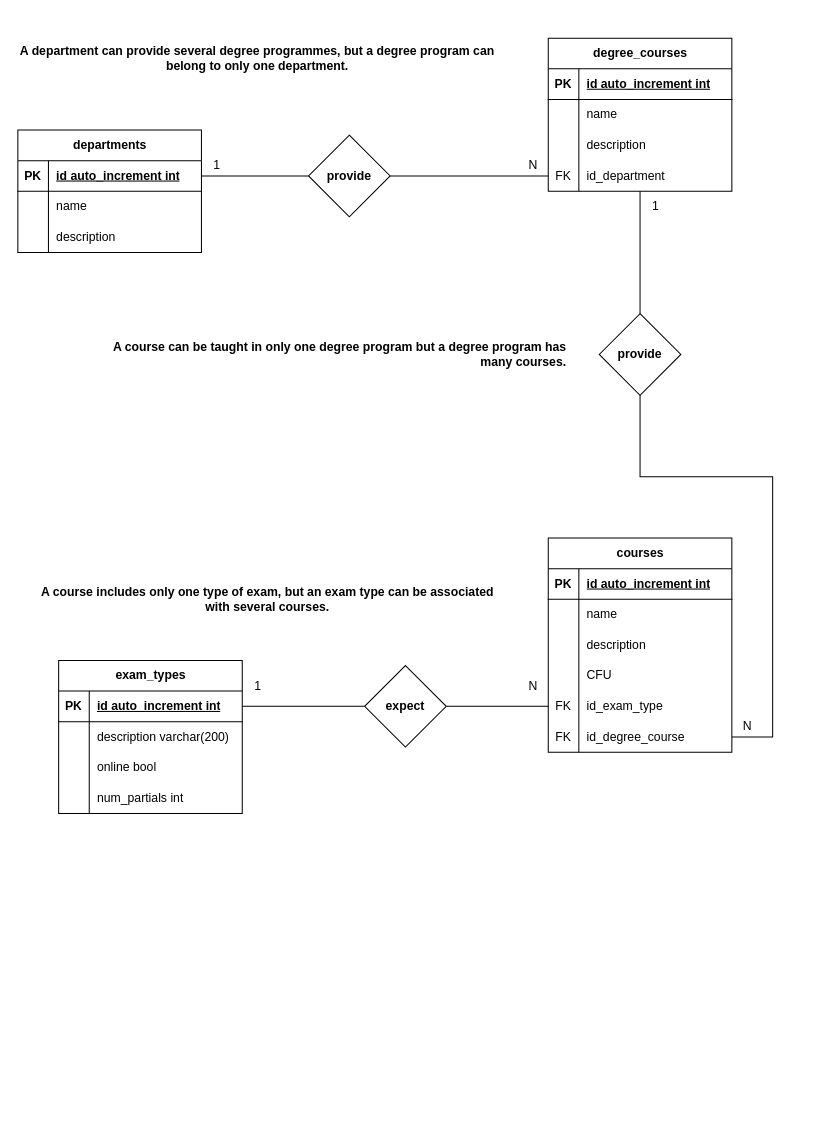
The draw.io diagram db_university.drawio in totarochristian/db-university, before the edit. Source tidied: cells renumbered, new cells numbered last; positions are measured from the earlier drawing's top-left corner, leaving out a move shared by most shapes. Both pictures are drawn from the tidied source at 102%, with x=0, y=0 at pixel (17, 17).
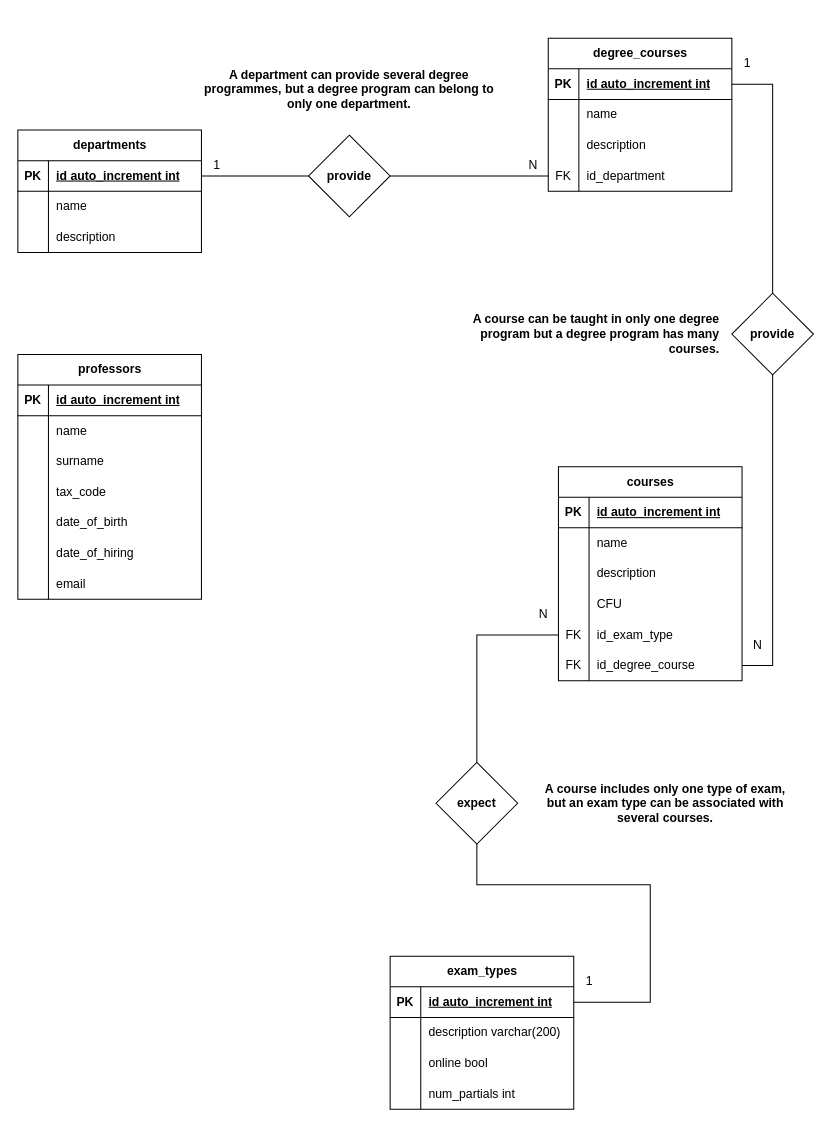
After the change.

Commit message:
Re-positioning of elements + add basic professors table

Unchanged cells that the change refers to:
```xml
<mxCell id="14" style="shape=tableRow;horizontal=0;startSize=0;swimlaneHead=0;swimlaneBody=0;fillColor=none;points=[[0,0.5],[1,0.5]];portConstraint=eastwest;top=0;left=0;right=0;bottom=1;" parent="13" vertex="1">
  <mxGeometry y="30" width="180" height="30" as="geometry" />
</mxCell>
<mxCell id="23" style="shape=tableRow;horizontal=0;startSize=0;swimlaneHead=0;swimlaneBody=0;fillColor=none;points=[[0,0.5],[1,0.5]];portConstraint=eastwest;top=0;left=0;right=0;bottom=0;" parent="13" vertex="1">
  <mxGeometry y="120" width="180" height="30" as="geometry" />
</mxCell>
<mxCell id="43" style="shape=tableRow;horizontal=0;startSize=0;swimlaneHead=0;swimlaneBody=0;fillColor=none;points=[[0,0.5],[1,0.5]];portConstraint=eastwest;top=0;left=0;right=0;bottom=0;" parent="30" vertex="1">
  <mxGeometry y="150" width="180" height="30" as="geometry" />
</mxCell>
<mxCell id="46" style="shape=tableRow;horizontal=0;startSize=0;swimlaneHead=0;swimlaneBody=0;fillColor=none;points=[[0,0.5],[1,0.5]];portConstraint=eastwest;top=0;left=0;right=0;bottom=0;" parent="30" vertex="1">
  <mxGeometry y="180" width="180" height="30" as="geometry" />
</mxCell>
<mxCell id="50" style="shape=tableRow;horizontal=0;startSize=0;swimlaneHead=0;swimlaneBody=0;fillColor=none;points=[[0,0.5],[1,0.5]];portConstraint=eastwest;top=0;left=0;right=0;bottom=1;" parent="49" vertex="1">
  <mxGeometry y="30" width="180" height="30" as="geometry" />
</mxCell>
```

Change to the diagram source:
```diff
@@
     <mxCell id="30" value="courses" style="shape=table;startSize=30;childLayout=tableLayout;rowLines=0;fontStyle=1;align=center;html=1;" parent="1" vertex="1">
-      <mxGeometry x="520" y="510" width="180" height="210" as="geometry" />
+      <mxGeometry x="530" y="440" width="180" height="210" as="geometry" />
     </mxCell>
@@
     <mxCell id="49" value="exam_types" style="shape=table;startSize=30;childLayout=tableLayout;rowLines=0;fontStyle=1;align=center;html=1;" parent="1" vertex="1">
-      <mxGeometry x="40" y="630" width="180" height="150" as="geometry" />
+      <mxGeometry x="365" y="920" width="180" height="150" as="geometry" />
     </mxCell>
@@
     <mxCell id="62" value="expect" style="rhombus;whiteSpace=wrap;html=1;startSize=30;fontStyle=1;" parent="1" vertex="1">
-      <mxGeometry x="340" y="635" width="80" height="80" as="geometry" />
+      <mxGeometry x="410" y="730" width="80" height="80" as="geometry" />
     </mxCell>
-    <mxCell id="63" style="rounded=0;jettySize=auto;html=1;entryX=1;entryY=0.5;entryDx=0;entryDy=0;endArrow=none;endFill=0;exitX=0;exitY=0.5;exitDx=0;exitDy=0;" parent="1" edge="1" source="62" target="50">
-      <mxGeometry relative="1" as="geometry" />
+    <mxCell id="63" style="rounded=0;jettySize=auto;html=1;entryX=1;entryY=0.5;entryDx=0;entryDy=0;endArrow=none;endFill=0;exitX=0.5;exitY=1;exitDx=0;exitDy=0;" parent="1" edge="1" source="62" target="50">
+      <mxGeometry relative="1" as="geometry">
+        <Array as="points">
+          <mxPoint x="450" y="850" />
+          <mxPoint x="620" y="850" />
+          <mxPoint x="620" y="965" />
+        </Array>
+      </mxGeometry>
     </mxCell>
-    <mxCell id="64" style="rounded=0;jettySize=auto;html=1;endArrow=none;endFill=0;exitX=1;exitY=0.5;exitDx=0;exitDy=0;entryX=0;entryY=0.5;entryDx=0;entryDy=0;" parent="1" edge="1" source="62" target="43">
-      <mxGeometry relative="1" as="geometry" />
+    <mxCell id="64" style="rounded=0;jettySize=auto;html=1;endArrow=none;endFill=0;exitX=0.5;exitY=0;exitDx=0;exitDy=0;entryX=0;entryY=0.5;entryDx=0;entryDy=0;" parent="1" edge="1" source="62" target="43">
+      <mxGeometry relative="1" as="geometry">
+        <Array as="points">
+          <mxPoint x="450" y="605" />
+        </Array>
+      </mxGeometry>
     </mxCell>
     <mxCell id="65" value="N" style="text;html=1;align=center;verticalAlign=middle;strokeColor=none;fillColor=none;" parent="1" vertex="1">
-      <mxGeometry x="490" y="640" width="30" height="30" as="geometry" />
+      <mxGeometry x="500" y="570" width="30" height="30" as="geometry" />
     </mxCell>
     <mxCell id="66" value="1" style="text;html=1;align=center;verticalAlign=middle;strokeColor=none;fillColor=none;" parent="1" vertex="1">
-      <mxGeometry x="220" y="640" width="30" height="30" as="geometry" />
+      <mxGeometry x="545" y="930" width="30" height="30" as="geometry" />
     </mxCell>
     <mxCell id="67" value="provide" style="rhombus;whiteSpace=wrap;html=1;startSize=30;fontStyle=1;" parent="1" vertex="1">
-      <mxGeometry x="570" y="290" width="80" height="80" as="geometry" />
+      <mxGeometry x="700" y="270" width="80" height="80" as="geometry" />
     </mxCell>
-    <mxCell id="68" style="rounded=0;jettySize=auto;html=1;endArrow=none;endFill=0;exitX=0.5;exitY=0;exitDx=0;exitDy=0;" parent="1" edge="1" source="67" target="23">
-      <mxGeometry relative="1" as="geometry" />
+    <mxCell id="68" style="rounded=0;jettySize=auto;html=1;endArrow=none;endFill=0;exitX=0.5;exitY=0;exitDx=0;exitDy=0;entryX=1;entryY=0.5;entryDx=0;entryDy=0;" parent="1" edge="1" source="67" target="14">
+      <mxGeometry relative="1" as="geometry">
+        <Array as="points">
+          <mxPoint x="740" y="190" />
+          <mxPoint x="740" y="65" />
+        </Array>
+      </mxGeometry>
     </mxCell>
     <mxCell id="69" style="rounded=0;jettySize=auto;html=1;endArrow=none;endFill=0;exitX=0.5;exitY=1;exitDx=0;exitDy=0;entryX=1;entryY=0.5;entryDx=0;entryDy=0;" parent="1" edge="1" source="67" target="46">
       <mxGeometry relative="1" as="geometry">
         <Array as="points">
-          <mxPoint x="610" y="450" />
           <mxPoint x="740" y="450" />
           <mxPoint x="740" y="580" />
-          <mxPoint x="740" y="705" />
+          <mxPoint x="740" y="635" />
         </Array>
       </mxGeometry>
     </mxCell>
     <mxCell id="70" value="1" style="text;html=1;align=center;verticalAlign=middle;strokeColor=none;fillColor=none;" parent="1" vertex="1">
-      <mxGeometry x="610" y="170" width="30" height="30" as="geometry" />
+      <mxGeometry x="700" y="30" width="30" height="30" as="geometry" />
     </mxCell>
     <mxCell id="71" value="N" style="text;html=1;align=center;verticalAlign=middle;strokeColor=none;fillColor=none;" parent="1" vertex="1">
-      <mxGeometry x="700" y="680" width="30" height="30" as="geometry" />
+      <mxGeometry x="710" y="600" width="30" height="30" as="geometry" />
     </mxCell>
     <mxCell id="72" value="A department can provide several degree programmes, but a degree program can belong to only one department." style="text;html=1;strokeColor=none;fillColor=none;align=center;verticalAlign=middle;whiteSpace=wrap;rounded=0;fontStyle=1;" parent="1" vertex="1">
-      <mxGeometry width="470" height="80" as="geometry" />
+      <mxGeometry x="175" y="30" width="300" height="80" as="geometry" />
     </mxCell>
     <mxCell id="73" value="A course includes only one type of exam, but an exam type can be associated with several courses." style="text;html=1;strokeColor=none;fillColor=none;align=center;verticalAlign=middle;whiteSpace=wrap;rounded=0;fontStyle=1;" parent="1" vertex="1">
-      <mxGeometry x="10" y="530" width="470" height="80" as="geometry" />
+      <mxGeometry x="510" y="730" width="250" height="80" as="geometry" />
     </mxCell>
     <mxCell id="74" value="A course can be taught in only one degree program but a degree program has many courses." style="text;html=1;strokeColor=none;fillColor=none;align=right;verticalAlign=middle;whiteSpace=wrap;rounded=0;fontStyle=1;" parent="1" vertex="1">
-      <mxGeometry x="70" y="290" width="470" height="80" as="geometry" />
+      <mxGeometry x="440" y="270" width="250" height="80" as="geometry" />
     </mxCell>
+    <mxCell id="75" value="professors" style="shape=table;startSize=30;childLayout=tableLayout;rowLines=0;fontStyle=1;align=center;html=1;" parent="1" vertex="1">
+      <mxGeometry y="330" width="180" height="240" as="geometry" />
+    </mxCell>
+    <mxCell id="76" style="shape=tableRow;horizontal=0;startSize=0;swimlaneHead=0;swimlaneBody=0;fillColor=none;top=0;left=0;right=0;bottom=1;" parent="75" vertex="1">
+      <mxGeometry y="30" width="180" height="30" as="geometry" />
+    </mxCell>
+    <mxCell id="77" value="PK" style="shape=partialRectangle;fillColor=none;top=0;left=0;bottom=0;right=0;fontStyle=1;overflow=hidden;whiteSpace=wrap;html=1;" parent="76" vertex="1">
+      <mxGeometry width="30" height="30" as="geometry" />
+    </mxCell>
+    <mxCell id="78" value="id auto_increment int" style="shape=partialRectangle;fillColor=none;top=0;left=0;bottom=0;right=0;align=left;spacingLeft=6;fontStyle=5;overflow=hidden;whiteSpace=wrap;html=1;" parent="76" vertex="1">
+      <mxGeometry x="30" width="150" height="30" as="geometry" />
+    </mxCell>
+    <mxCell id="79" style="shape=tableRow;horizontal=0;startSize=0;swimlaneHead=0;swimlaneBody=0;fillColor=none;top=0;left=0;right=0;bottom=0;" parent="75" vertex="1">
+      <mxGeometry y="60" width="180" height="30" as="geometry" />
+    </mxCell>
+    <mxCell id="80" style="shape=partialRectangle;fillColor=none;top=0;left=0;bottom=0;right=0;overflow=hidden;whiteSpace=wrap;html=1;" parent="79" vertex="1">
+      <mxGeometry width="30" height="30" as="geometry" />
+    </mxCell>
+    <mxCell id="81" value="name" style="shape=partialRectangle;fillColor=none;top=0;left=0;bottom=0;right=0;align=left;spacingLeft=6;overflow=hidden;whiteSpace=wrap;html=1;" parent="79" vertex="1">
+      <mxGeometry x="30" width="150" height="30" as="geometry" />
+    </mxCell>
+    <mxCell id="82" style="shape=tableRow;horizontal=0;startSize=0;swimlaneHead=0;swimlaneBody=0;fillColor=none;top=0;left=0;right=0;bottom=0;" parent="75" vertex="1">
+      <mxGeometry y="90" width="180" height="30" as="geometry" />
+    </mxCell>
+    <mxCell id="83" style="shape=partialRectangle;fillColor=none;top=0;left=0;bottom=0;right=0;overflow=hidden;whiteSpace=wrap;html=1;" parent="82" vertex="1">
+      <mxGeometry width="30" height="30" as="geometry" />
+    </mxCell>
+    <mxCell id="84" value="surname" style="shape=partialRectangle;fillColor=none;top=0;left=0;bottom=0;right=0;align=left;spacingLeft=6;overflow=hidden;whiteSpace=wrap;html=1;" parent="82" vertex="1">
+      <mxGeometry x="30" width="150" height="30" as="geometry" />
+    </mxCell>
+    <mxCell id="85" style="shape=tableRow;horizontal=0;startSize=0;swimlaneHead=0;swimlaneBody=0;fillColor=none;top=0;left=0;right=0;bottom=0;" parent="75" vertex="1">
+      <mxGeometry y="120" width="180" height="30" as="geometry" />
+    </mxCell>
+    <mxCell id="86" style="shape=partialRectangle;fillColor=none;top=0;left=0;bottom=0;right=0;overflow=hidden;whiteSpace=wrap;html=1;" parent="85" vertex="1">
+      <mxGeometry width="30" height="30" as="geometry" />
+    </mxCell>
+    <mxCell id="87" value="tax_code" style="shape=partialRectangle;fillColor=none;top=0;left=0;bottom=0;right=0;align=left;spacingLeft=6;overflow=hidden;whiteSpace=wrap;html=1;" parent="85" vertex="1">
+      <mxGeometry x="30" width="150" height="30" as="geometry" />
+    </mxCell>
+    <mxCell id="88" style="shape=tableRow;horizontal=0;startSize=0;swimlaneHead=0;swimlaneBody=0;fillColor=none;top=0;left=0;right=0;bottom=0;" parent="75" vertex="1">
+      <mxGeometry y="150" width="180" height="30" as="geometry" />
+    </mxCell>
+    <mxCell id="89" style="shape=partialRectangle;fillColor=none;top=0;left=0;bottom=0;right=0;overflow=hidden;whiteSpace=wrap;html=1;" parent="88" vertex="1">
+      <mxGeometry width="30" height="30" as="geometry" />
+    </mxCell>
+    <mxCell id="90" value="date_of_birth" style="shape=partialRectangle;fillColor=none;top=0;left=0;bottom=0;right=0;align=left;spacingLeft=6;overflow=hidden;whiteSpace=wrap;html=1;" parent="88" vertex="1">
+      <mxGeometry x="30" width="150" height="30" as="geometry" />
+    </mxCell>
+    <mxCell id="91" style="shape=tableRow;horizontal=0;startSize=0;swimlaneHead=0;swimlaneBody=0;fillColor=none;top=0;left=0;right=0;bottom=0;" parent="75" vertex="1">
+      <mxGeometry y="180" width="180" height="30" as="geometry" />
+    </mxCell>
+    <mxCell id="92" style="shape=partialRectangle;fillColor=none;top=0;left=0;bottom=0;right=0;overflow=hidden;whiteSpace=wrap;html=1;" parent="91" vertex="1">
+      <mxGeometry width="30" height="30" as="geometry" />
+    </mxCell>
+    <mxCell id="93" value="date_of_hiring" style="shape=partialRectangle;fillColor=none;top=0;left=0;bottom=0;right=0;align=left;spacingLeft=6;overflow=hidden;whiteSpace=wrap;html=1;" parent="91" vertex="1">
+      <mxGeometry x="30" width="150" height="30" as="geometry" />
+    </mxCell>
+    <mxCell id="94" style="shape=tableRow;horizontal=0;startSize=0;swimlaneHead=0;swimlaneBody=0;fillColor=none;top=0;left=0;right=0;bottom=0;" parent="75" vertex="1">
+      <mxGeometry y="210" width="180" height="30" as="geometry" />
+    </mxCell>
+    <mxCell id="95" style="shape=partialRectangle;fillColor=none;top=0;left=0;bottom=0;right=0;overflow=hidden;whiteSpace=wrap;html=1;" parent="94" vertex="1">
+      <mxGeometry width="30" height="30" as="geometry" />
+    </mxCell>
+    <mxCell id="96" value="email" style="shape=partialRectangle;fillColor=none;top=0;left=0;bottom=0;right=0;align=left;spacingLeft=6;overflow=hidden;whiteSpace=wrap;html=1;" parent="94" vertex="1">
+      <mxGeometry x="30" width="150" height="30" as="geometry" />
+    </mxCell>
```
